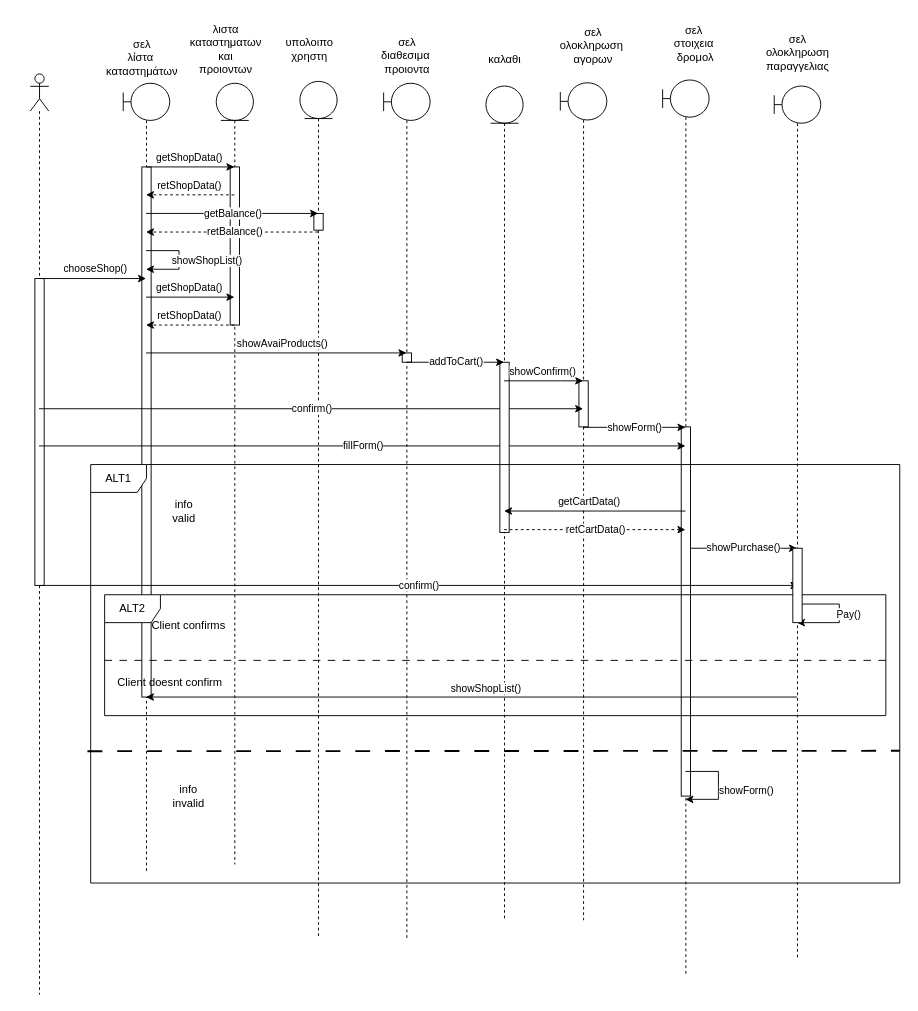
The draw.io diagram ΠΕΜΠΤΟ ΠΑΡΑΔΟΤΕΟ/ΔΙΟΡΘΩΣΕΙΣ ΠΡΟΗΓΟΥΜΕΝΩΝ ΠΑΡΑΔΟΤΕΩΝ/Sequence-diagrams-v0.2/sd_αγορά_επαγγελματικού_εξοπλισμού.drawio in Dionkaps/Eu-Zin, before the edit. Source tidied: cells renumbered, new cells numbered last; positions are measured from the earlier drawing's top-left corner, leaving out a move shared by most shapes. Both pictures are drawn from the tidied source at 93%, with x=0, y=0 at pixel (30, 16).
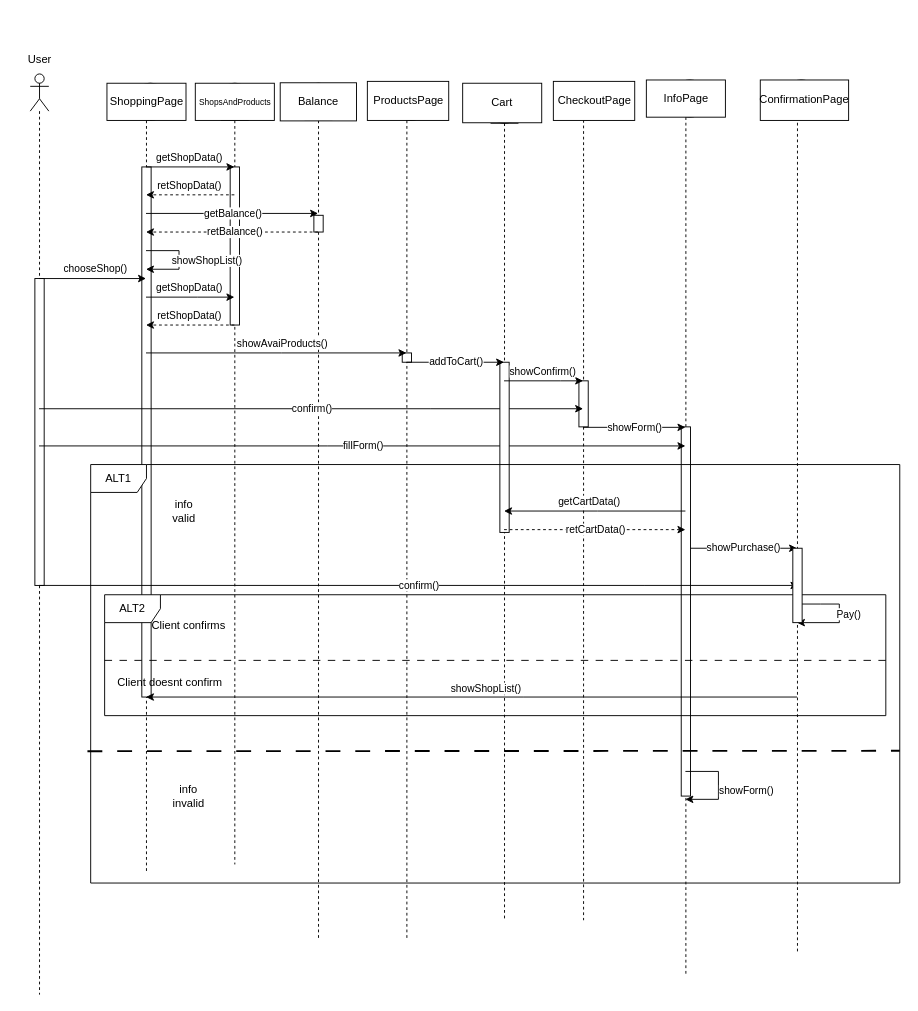
The same diagram, later.

The edit, as a diff of the source:
```diff
@@
     <mxCell id="2" style="shape=umlLifeline;perimeter=lifelinePerimeter;whiteSpace=wrap;html=1;outlineConnect=0;portConstraint=eastwest;newEdgeStyle={&quot;edgeStyle&quot;:&quot;elbowEdgeStyle&quot;,&quot;elbow&quot;:&quot;vertical&quot;,&quot;curved&quot;:0,&quot;rounded&quot;:0};participant=umlBoundary;" parent="1" vertex="1">
-      <mxGeometry x="800" y="75" width="50" height="937" as="geometry" />
+      <mxGeometry x="800" y="68.5" width="50" height="937" as="geometry" />
     </mxCell>
@@
-    <mxCell id="11" value="σελ&lt;br&gt;λίστα&amp;nbsp;&lt;br&gt;καταστημάτων" style="text;html=1;align=center;verticalAlign=middle;strokeColor=none;fillColor=none;" parent="1" vertex="1">
-      <mxGeometry x="70" y="15" width="100" height="60" as="geometry" />
-    </mxCell>
-    <mxCell id="12" value="σελ&lt;br&gt;διαθεσιμα&amp;nbsp;&lt;br&gt;προιοντα" style="text;html=1;align=center;verticalAlign=middle;strokeColor=none;fillColor=none;" parent="1" vertex="1">
-      <mxGeometry x="365" y="12" width="80" height="60" as="geometry" />
-    </mxCell>
@@
-    <mxCell id="15" value="λιστα&lt;br&gt;καταστηματων&lt;br&gt;και&lt;br&gt;προιοντων" style="text;html=1;align=center;verticalAlign=middle;strokeColor=none;fillColor=none;" parent="1" vertex="1">
-      <mxGeometry x="160" width="100" height="70" as="geometry" />
-    </mxCell>
     <mxCell id="16" style="shape=umlLifeline;perimeter=lifelinePerimeter;whiteSpace=wrap;html=1;outlineConnect=0;portConstraint=eastwest;newEdgeStyle={&quot;edgeStyle&quot;:&quot;elbowEdgeStyle&quot;,&quot;elbow&quot;:&quot;vertical&quot;,&quot;curved&quot;:0,&quot;rounded&quot;:0};participant=umlEntity;" parent="1" vertex="1">
-      <mxGeometry x="290" y="70" width="40" height="922" as="geometry" />
+      <mxGeometry x="290" y="72" width="40" height="920" as="geometry" />
     </mxCell>
@@
-    <mxCell id="23" value="υπολοιπο&lt;br&gt;χρηστη" style="text;html=1;align=center;verticalAlign=middle;strokeColor=none;fillColor=none;" parent="1" vertex="1">
-      <mxGeometry x="265" y="15" width="70" height="40" as="geometry" />
-    </mxCell>
@@
-    <mxCell id="27" value="σελ&lt;br&gt;ολοκληρωση&amp;nbsp;&lt;br&gt;αγορων" style="text;html=1;align=center;verticalAlign=middle;strokeColor=none;fillColor=none;" parent="1" vertex="1">
-      <mxGeometry x="560" y="2" width="90" height="60" as="geometry" />
-    </mxCell>
-    <mxCell id="28" value="σελ&amp;nbsp;&lt;br&gt;στοιχεια&amp;nbsp;&lt;br&gt;δρομολ" style="text;html=1;align=center;verticalAlign=middle;strokeColor=none;fillColor=none;" parent="1" vertex="1">
-      <mxGeometry x="680" width="70" height="60" as="geometry" />
-    </mxCell>
@@
-    <mxCell id="33" value="καλαθι" style="text;html=1;align=center;verticalAlign=middle;strokeColor=none;fillColor=none;" parent="1" vertex="1">
-      <mxGeometry x="480" y="32" width="60" height="30" as="geometry" />
-    </mxCell>
@@
-    <mxCell id="39" value="σελ&lt;br&gt;ολοκληρωση&lt;br&gt;παραγγελιας" style="text;html=1;align=center;verticalAlign=middle;strokeColor=none;fillColor=none;" parent="1" vertex="1">
-      <mxGeometry x="780" y="8.5" width="90" height="60" as="geometry" />
-    </mxCell>
@@
+    <mxCell id="58" value="ShoppingPage" style="rounded=0;whiteSpace=wrap;html=1;" parent="1" vertex="1">
+      <mxGeometry x="82.5" y="72" width="85" height="40" as="geometry" />
+    </mxCell>
+    <mxCell id="59" value="&lt;font style=&quot;font-size: 9px;&quot;&gt;ShopsAndProducts&lt;/font&gt;" style="rounded=0;whiteSpace=wrap;html=1;" parent="1" vertex="1">
+      <mxGeometry x="177.5" y="72" width="85" height="40" as="geometry" />
+    </mxCell>
+    <mxCell id="60" value="Balance" style="rounded=0;whiteSpace=wrap;html=1;" parent="1" vertex="1">
+      <mxGeometry x="268.8" y="71.5" width="82" height="41" as="geometry" />
+    </mxCell>
+    <mxCell id="61" value="ProductsPage" style="rounded=0;whiteSpace=wrap;html=1;" parent="1" vertex="1">
+      <mxGeometry x="362.5" y="70" width="87.5" height="42" as="geometry" />
+    </mxCell>
+    <mxCell id="62" value="Cart" style="rounded=0;whiteSpace=wrap;html=1;" parent="1" vertex="1">
+      <mxGeometry x="465" y="72" width="85" height="42.5" as="geometry" />
+    </mxCell>
+    <mxCell id="63" value="CheckoutPage" style="rounded=0;whiteSpace=wrap;html=1;" parent="1" vertex="1">
+      <mxGeometry x="562.5" y="70" width="87.5" height="42" as="geometry" />
+    </mxCell>
+    <mxCell id="64" value="InfoPage" style="rounded=0;whiteSpace=wrap;html=1;" parent="1" vertex="1">
+      <mxGeometry x="662.5" y="68.5" width="85" height="40" as="geometry" />
+    </mxCell>
+    <mxCell id="65" value="ConfirmationPage" style="rounded=0;whiteSpace=wrap;html=1;" parent="1" vertex="1">
+      <mxGeometry x="785" y="68.5" width="95" height="43.5" as="geometry" />
+    </mxCell>
+    <mxCell id="66" value="User" style="text;html=1;align=center;verticalAlign=middle;strokeColor=none;fillColor=none;" parent="1" vertex="1">
+      <mxGeometry x="-15" y="32" width="50" height="30" as="geometry" />
+    </mxCell>
```
